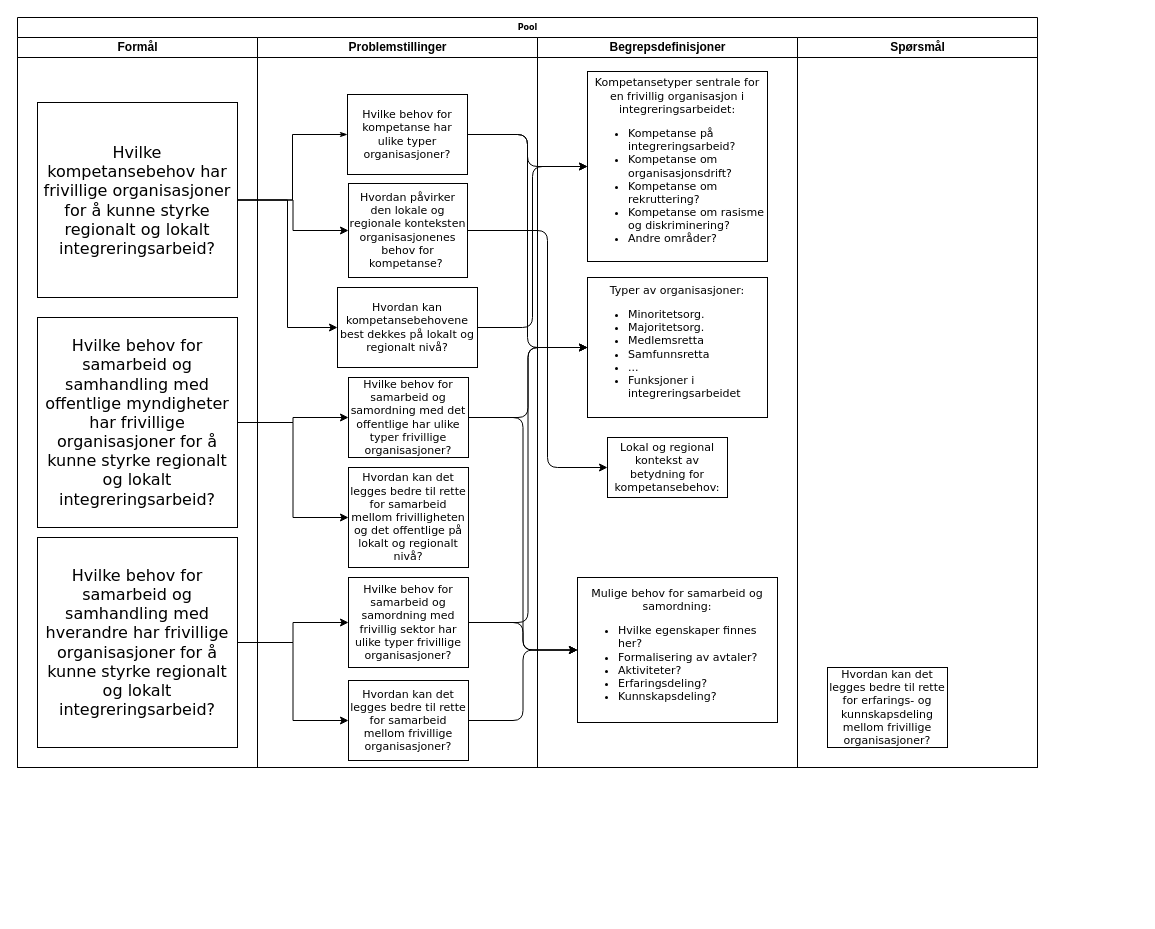
The draw.io diagram KOMPE_problemstillingstre.drawio in gardenberg/drawio_tegninger, before the edit. Source tidied: cells renumbered, new cells numbered last; positions are measured from the earlier drawing's top-left corner, leaving out a move shared by most shapes. Both pictures are drawn from the tidied source at 100%, with x=0, y=0 at pixel (17, 17).
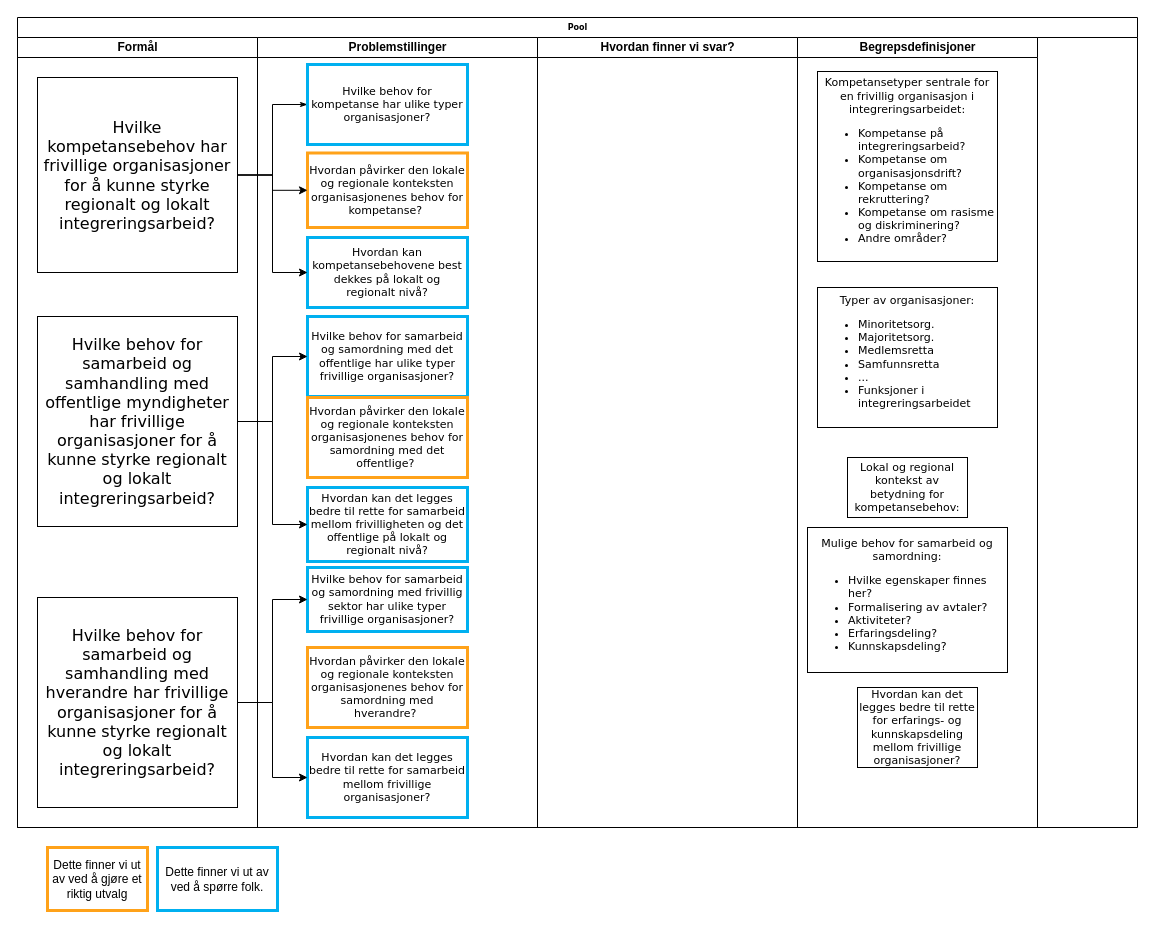
The same page after the edit.

What changed in the source:
```diff
@@
     <mxCell id="2" value="Pool" style="swimlane;html=1;startSize=20;rounded=0;shadow=0;labelBackgroundColor=none;strokeWidth=1;fontFamily=Verdana;fontSize=8;align=center;" parent="1" vertex="1">
-      <mxGeometry width="1020" height="750" as="geometry" />
+      <mxGeometry width="1120" height="810" as="geometry" />
     </mxCell>
     <mxCell id="3" value="Formål" style="swimlane;html=1;startSize=20;rounded=0;" parent="2" vertex="1">
-      <mxGeometry y="20" width="240" height="730" as="geometry" />
+      <mxGeometry y="20" width="240" height="790" as="geometry" />
     </mxCell>
     <mxCell id="4" value="Hvilke kompetansebehov har frivillige organisasjoner for å kunne styrke regionalt og lokalt integreringsarbeid?" style="rounded=0;whiteSpace=wrap;html=1;shadow=0;labelBackgroundColor=none;strokeWidth=1;fontFamily=Verdana;fontSize=16;align=center;" parent="3" vertex="1">
-      <mxGeometry x="20" y="65" width="200" height="195" as="geometry" />
+      <mxGeometry x="20" y="40" width="200" height="195" as="geometry" />
     </mxCell>
     <mxCell id="5" value="Hvilke behov for samarbeid og samhandling med offentlige myndigheter har frivillige organisasjoner for å kunne styrke regionalt og lokalt integreringsarbeid?" style="rounded=0;whiteSpace=wrap;html=1;shadow=0;labelBackgroundColor=none;strokeWidth=1;fontFamily=Verdana;fontSize=16;align=center;" parent="3" vertex="1">
-      <mxGeometry x="20" y="280" width="200" height="210" as="geometry" />
+      <mxGeometry x="20" y="279" width="200" height="210" as="geometry" />
     </mxCell>
     <mxCell id="6" value="Hvilke behov for samarbeid og samhandling med hverandre har frivillige organisasjoner for å kunne styrke regionalt og lokalt integreringsarbeid?" style="rounded=0;whiteSpace=wrap;html=1;shadow=0;labelBackgroundColor=none;strokeWidth=1;fontFamily=Verdana;fontSize=16;align=center;" parent="3" vertex="1">
-      <mxGeometry x="20" y="500" width="200" height="210" as="geometry" />
+      <mxGeometry x="20" y="560" width="200" height="210" as="geometry" />
     </mxCell>
@@
     <mxCell id="8" value="Problemstillinger" style="swimlane;html=1;startSize=20;rounded=0;" parent="2" vertex="1">
-      <mxGeometry x="240" y="20" width="280" height="730" as="geometry" />
+      <mxGeometry x="240" y="20" width="280" height="790" as="geometry" />
     </mxCell>
-    <mxCell id="9" value="Hvilke behov for kompetanse har ulike typer organisasjoner?" style="rounded=0;whiteSpace=wrap;html=1;shadow=0;labelBackgroundColor=none;strokeWidth=1;fontFamily=Verdana;fontSize=11;align=center;" parent="8" vertex="1">
-      <mxGeometry x="90" y="57" width="120" height="80" as="geometry" />
+    <mxCell id="9" value="Hvilke behov for kompetanse har ulike typer organisasjoner?" style="rounded=0;whiteSpace=wrap;html=1;shadow=0;labelBackgroundColor=none;strokeWidth=3;fontFamily=Verdana;fontSize=11;align=center;strokeColor=#00B0F0;" parent="8" vertex="1">
+      <mxGeometry x="50" y="27" width="160" height="80" as="geometry" />
     </mxCell>
-    <mxCell id="10" value="Hvordan påvirker den lokale og regionale konteksten organisasjonenes behov for kompetanse?&amp;nbsp;" style="rounded=0;whiteSpace=wrap;html=1;shadow=0;labelBackgroundColor=none;strokeWidth=1;fontFamily=Verdana;fontSize=11;align=center;" parent="8" vertex="1">
-      <mxGeometry x="91" y="146" width="119" height="94" as="geometry" />
+    <mxCell id="10" value="Hvordan påvirker den lokale og regionale konteksten organisasjonenes behov for kompetanse?&amp;nbsp;" style="rounded=0;whiteSpace=wrap;html=1;shadow=0;labelBackgroundColor=none;strokeWidth=3;fontFamily=Verdana;fontSize=11;align=center;strokeColor=#FFA219;" parent="8" vertex="1">
+      <mxGeometry x="50" y="115.5" width="160" height="74.5" as="geometry" />
     </mxCell>
-    <mxCell id="11" value="Hvordan kan kompetansebehovene best dekkes på lokalt og regionalt nivå?" style="rounded=0;whiteSpace=wrap;html=1;shadow=0;labelBackgroundColor=none;strokeWidth=1;fontFamily=Verdana;fontSize=11;align=center;" parent="8" vertex="1">
-      <mxGeometry x="80" y="250" width="140" height="80" as="geometry" />
+    <mxCell id="11" value="Hvordan kan kompetansebehovene best dekkes på lokalt og regionalt nivå?" style="rounded=0;whiteSpace=wrap;html=1;shadow=0;labelBackgroundColor=none;strokeWidth=3;fontFamily=Verdana;fontSize=11;align=center;strokeColor=#00B0F0;" parent="8" vertex="1">
+      <mxGeometry x="50" y="200" width="160" height="70" as="geometry" />
     </mxCell>
-    <mxCell id="12" value="Hvilke behov for samarbeid og samordning med det offentlige har ulike typer frivillige organisasjoner?" style="rounded=0;whiteSpace=wrap;html=1;shadow=0;labelBackgroundColor=none;strokeWidth=1;fontFamily=Verdana;fontSize=11;align=center;" parent="8" vertex="1">
-      <mxGeometry x="91" y="340" width="120" height="80" as="geometry" />
+    <mxCell id="12" value="Hvilke behov for samarbeid og samordning med det offentlige har ulike typer frivillige organisasjoner?" style="rounded=0;whiteSpace=wrap;html=1;shadow=0;labelBackgroundColor=none;strokeWidth=3;fontFamily=Verdana;fontSize=11;align=center;strokeColor=#00B0F0;" parent="8" vertex="1">
+      <mxGeometry x="50" y="279" width="160" height="80" as="geometry" />
     </mxCell>
-    <mxCell id="13" value="Hvordan kan det legges bedre til rette for samarbeid mellom frivilligheten og det offentlige på lokalt og regionalt nivå?" style="rounded=0;whiteSpace=wrap;html=1;shadow=0;labelBackgroundColor=none;strokeWidth=1;fontFamily=Verdana;fontSize=11;align=center;" parent="8" vertex="1">
-      <mxGeometry x="91" y="430" width="120" height="100" as="geometry" />
+    <mxCell id="13" value="Hvordan kan det legges bedre til rette for samarbeid mellom frivilligheten og det offentlige på lokalt og regionalt nivå?" style="rounded=0;whiteSpace=wrap;html=1;shadow=0;labelBackgroundColor=none;strokeWidth=3;fontFamily=Verdana;fontSize=11;align=center;strokeColor=#00B0F0;" parent="8" vertex="1">
+      <mxGeometry x="50" y="450" width="160" height="74" as="geometry" />
     </mxCell>
-    <mxCell id="14" value="Hvordan kan det legges bedre til rette for samarbeid mellom frivillige organisasjoner?" style="rounded=0;whiteSpace=wrap;html=1;shadow=0;labelBackgroundColor=none;strokeWidth=1;fontFamily=Verdana;fontSize=11;align=center;" parent="8" vertex="1">
-      <mxGeometry x="91" y="643" width="120" height="80" as="geometry" />
+    <mxCell id="14" value="Hvordan kan det legges bedre til rette for samarbeid mellom frivillige organisasjoner?" style="rounded=0;whiteSpace=wrap;html=1;shadow=0;labelBackgroundColor=none;strokeWidth=3;fontFamily=Verdana;fontSize=11;align=center;strokeColor=#00B0F0;" parent="8" vertex="1">
+      <mxGeometry x="50" y="700" width="160" height="80" as="geometry" />
     </mxCell>
-    <mxCell id="15" value="Hvilke behov for samarbeid og samordning med frivillig sektor har ulike typer frivillige organisasjoner?" style="rounded=0;whiteSpace=wrap;html=1;shadow=0;labelBackgroundColor=none;strokeWidth=1;fontFamily=Verdana;fontSize=11;align=center;" parent="8" vertex="1">
-      <mxGeometry x="91" y="540" width="120" height="90" as="geometry" />
+    <mxCell id="15" value="Hvilke behov for samarbeid og samordning med frivillig sektor har ulike typer frivillige organisasjoner?" style="rounded=0;whiteSpace=wrap;html=1;shadow=0;labelBackgroundColor=none;strokeWidth=3;fontFamily=Verdana;fontSize=11;align=center;strokeColor=#00B0F0;" parent="8" vertex="1">
+      <mxGeometry x="50" y="530" width="160" height="64" as="geometry" />
     </mxCell>
+    <mxCell id="38" value="Hvordan påvirker den lokale og regionale konteksten organisasjonenes behov for samordning med det offentlige?&amp;nbsp;" style="rounded=0;whiteSpace=wrap;html=1;shadow=0;labelBackgroundColor=none;strokeWidth=3;fontFamily=Verdana;fontSize=11;align=center;strokeColor=#FFA219;" parent="8" vertex="1">
+      <mxGeometry x="50" y="360" width="160" height="80" as="geometry" />
+    </mxCell>
+    <mxCell id="39" value="Hvordan påvirker den lokale og regionale konteksten organisasjonenes behov for samordning med hverandre?&amp;nbsp;" style="rounded=0;whiteSpace=wrap;html=1;shadow=0;labelBackgroundColor=none;strokeWidth=3;fontFamily=Verdana;fontSize=11;align=center;strokeColor=#FFA219;" parent="8" vertex="1">
+      <mxGeometry x="50" y="610" width="160" height="80" as="geometry" />
+    </mxCell>
-    <mxCell id="16" value="Begrepsdefinisjoner" style="swimlane;html=1;startSize=20;rounded=0;" parent="2" vertex="1">
-      <mxGeometry x="520" y="20" width="260" height="730" as="geometry" />
+    <mxCell id="16" value="Hvordan finner vi svar?" style="swimlane;html=1;startSize=20;rounded=0;" parent="2" vertex="1">
+      <mxGeometry x="520" y="20" width="260" height="790" as="geometry" />
     </mxCell>
+    <mxCell id="21" value="Begrepsdefinisjoner" style="swimlane;html=1;startSize=20;rounded=0;" parent="2" vertex="1">
+      <mxGeometry x="780" y="20" width="240" height="790" as="geometry" />
+    </mxCell>
+    <mxCell id="22" value="Hvordan kan det legges bedre til rette for erfarings- og kunnskapsdeling mellom frivillige organisasjoner?" style="rounded=0;whiteSpace=wrap;html=1;shadow=0;labelBackgroundColor=none;strokeWidth=1;fontFamily=Verdana;fontSize=11;align=center;" parent="21" vertex="1">
+      <mxGeometry x="60" y="650" width="120" height="80" as="geometry" />
+    </mxCell>
-    <mxCell id="17" value="Kompetansetyper sentrale for en frivillig organisasjon i integreringsarbeidet:&lt;br&gt;&lt;div&gt;&lt;ul&gt;&lt;li style=&quot;text-align: left&quot;&gt;Kompetanse på integreringsarbeid?&lt;/li&gt;&lt;li style=&quot;text-align: left&quot;&gt;Kompetanse om organisasjonsdrift?&lt;/li&gt;&lt;li style=&quot;text-align: left&quot;&gt;Kompetanse om rekruttering?&lt;/li&gt;&lt;li style=&quot;text-align: left&quot;&gt;Kompetanse om rasisme og diskriminering?&lt;/li&gt;&lt;li style=&quot;text-align: left&quot;&gt;Andre områder?&lt;/li&gt;&lt;/ul&gt;&lt;/div&gt;" style="rounded=0;whiteSpace=wrap;html=1;shadow=0;labelBackgroundColor=none;strokeWidth=1;fontFamily=Verdana;fontSize=11;align=center;" parent="16" vertex="1">
-      <mxGeometry x="50" y="34" width="180" height="190" as="geometry" />
+    <mxCell id="17" value="Kompetansetyper sentrale for en frivillig organisasjon i integreringsarbeidet:&lt;br&gt;&lt;div&gt;&lt;ul&gt;&lt;li style=&quot;text-align: left&quot;&gt;Kompetanse på integreringsarbeid?&lt;/li&gt;&lt;li style=&quot;text-align: left&quot;&gt;Kompetanse om organisasjonsdrift?&lt;/li&gt;&lt;li style=&quot;text-align: left&quot;&gt;Kompetanse om rekruttering?&lt;/li&gt;&lt;li style=&quot;text-align: left&quot;&gt;Kompetanse om rasisme og diskriminering?&lt;/li&gt;&lt;li style=&quot;text-align: left&quot;&gt;Andre områder?&lt;/li&gt;&lt;/ul&gt;&lt;/div&gt;" style="rounded=0;whiteSpace=wrap;html=1;shadow=0;labelBackgroundColor=none;strokeWidth=1;fontFamily=Verdana;fontSize=11;align=center;" parent="21" vertex="1">
+      <mxGeometry x="20" y="34" width="180" height="190" as="geometry" />
     </mxCell>
-    <mxCell id="18" value="Typer av organisasjoner:&lt;br&gt;&lt;ul&gt;&lt;li style=&quot;text-align: left&quot;&gt;Minoritetsorg.&lt;/li&gt;&lt;li style=&quot;text-align: left&quot;&gt;Majoritetsorg.&lt;/li&gt;&lt;li style=&quot;text-align: left&quot;&gt;Medlemsretta&lt;/li&gt;&lt;li style=&quot;text-align: left&quot;&gt;Samfunnsretta&lt;/li&gt;&lt;li style=&quot;text-align: left&quot;&gt;...&lt;/li&gt;&lt;li style=&quot;text-align: left&quot;&gt;Funksjoner i integreringsarbeidet&lt;/li&gt;&lt;/ul&gt;" style="rounded=0;whiteSpace=wrap;html=1;shadow=0;labelBackgroundColor=none;strokeWidth=1;fontFamily=Verdana;fontSize=11;align=center;" parent="16" vertex="1">
-      <mxGeometry x="50" y="240" width="180" height="140" as="geometry" />
+    <mxCell id="18" value="Typer av organisasjoner:&lt;br&gt;&lt;ul&gt;&lt;li style=&quot;text-align: left&quot;&gt;Minoritetsorg.&lt;/li&gt;&lt;li style=&quot;text-align: left&quot;&gt;Majoritetsorg.&lt;/li&gt;&lt;li style=&quot;text-align: left&quot;&gt;Medlemsretta&lt;/li&gt;&lt;li style=&quot;text-align: left&quot;&gt;Samfunnsretta&lt;/li&gt;&lt;li style=&quot;text-align: left&quot;&gt;...&lt;/li&gt;&lt;li style=&quot;text-align: left&quot;&gt;Funksjoner i integreringsarbeidet&lt;/li&gt;&lt;/ul&gt;" style="rounded=0;whiteSpace=wrap;html=1;shadow=0;labelBackgroundColor=none;strokeWidth=1;fontFamily=Verdana;fontSize=11;align=center;" parent="21" vertex="1">
+      <mxGeometry x="20" y="250" width="180" height="140" as="geometry" />
     </mxCell>
+    <mxCell id="20" value="Lokal og regional kontekst av betydning for kompetansebehov:" style="whiteSpace=wrap;html=1;fontSize=11;fontFamily=Verdana;rounded=0;shadow=0;labelBackgroundColor=none;strokeWidth=1;" parent="21" vertex="1">
+      <mxGeometry x="50" y="420" width="120" height="60" as="geometry" />
+    </mxCell>
-    <mxCell id="19" value="Mulige behov for samarbeid og samordning:&lt;br&gt;&lt;ul&gt;&lt;li style=&quot;text-align: left&quot;&gt;Hvilke egenskaper finnes her?&lt;/li&gt;&lt;li style=&quot;text-align: left&quot;&gt;Formalisering av avtaler?&lt;/li&gt;&lt;li style=&quot;text-align: left&quot;&gt;Aktiviteter?&lt;/li&gt;&lt;li style=&quot;text-align: left&quot;&gt;Erfaringsdeling?&lt;/li&gt;&lt;li style=&quot;text-align: left&quot;&gt;Kunnskapsdeling?&lt;/li&gt;&lt;/ul&gt;" style="whiteSpace=wrap;html=1;fontSize=11;fontFamily=Verdana;rounded=0;shadow=0;labelBackgroundColor=none;strokeWidth=1;" parent="16" vertex="1">
-      <mxGeometry x="40" y="540" width="200" height="145" as="geometry" />
+    <mxCell id="19" value="Mulige behov for samarbeid og samordning:&lt;br&gt;&lt;ul&gt;&lt;li style=&quot;text-align: left&quot;&gt;Hvilke egenskaper finnes her?&lt;/li&gt;&lt;li style=&quot;text-align: left&quot;&gt;Formalisering av avtaler?&lt;/li&gt;&lt;li style=&quot;text-align: left&quot;&gt;Aktiviteter?&lt;/li&gt;&lt;li style=&quot;text-align: left&quot;&gt;Erfaringsdeling?&lt;/li&gt;&lt;li style=&quot;text-align: left&quot;&gt;Kunnskapsdeling?&lt;/li&gt;&lt;/ul&gt;" style="whiteSpace=wrap;html=1;fontSize=11;fontFamily=Verdana;rounded=0;shadow=0;labelBackgroundColor=none;strokeWidth=1;" parent="21" vertex="1">
+      <mxGeometry x="10" y="490" width="200" height="145" as="geometry" />
     </mxCell>
-    <mxCell id="20" value="Lokal og regional kontekst av betydning for kompetansebehov:" style="whiteSpace=wrap;html=1;fontSize=11;fontFamily=Verdana;rounded=0;shadow=0;labelBackgroundColor=none;strokeWidth=1;" parent="16" vertex="1">
-      <mxGeometry x="70" y="400" width="120" height="60" as="geometry" />
-    </mxCell>
-    <mxCell id="21" value="Spørsmål" style="swimlane;html=1;startSize=20;rounded=0;" parent="2" vertex="1">
-      <mxGeometry x="780" y="20" width="240" height="730" as="geometry" />
-    </mxCell>
-    <mxCell id="22" value="Hvordan kan det legges bedre til rette for erfarings- og kunnskapsdeling mellom frivillige organisasjoner?" style="rounded=0;whiteSpace=wrap;html=1;shadow=0;labelBackgroundColor=none;strokeWidth=1;fontFamily=Verdana;fontSize=11;align=center;" parent="21" vertex="1">
-      <mxGeometry x="30" y="630" width="120" height="80" as="geometry" />
-    </mxCell>
@@
-    <mxCell id="29" style="edgeStyle=orthogonalEdgeStyle;jettySize=auto;html=1;fontSize=11;" parent="2" edge="1" source="9" target="17">
-      <mxGeometry relative="1" as="geometry" />
-    </mxCell>
-    <mxCell id="30" style="edgeStyle=orthogonalEdgeStyle;jettySize=auto;html=1;entryX=0;entryY=0.5;entryDx=0;entryDy=0;fontSize=11;" parent="2" edge="1" source="9" target="18">
-      <mxGeometry relative="1" as="geometry" />
-    </mxCell>
-    <mxCell id="31" style="edgeStyle=orthogonalEdgeStyle;jettySize=auto;html=1;entryX=0;entryY=0.5;entryDx=0;entryDy=0;fontSize=11;" parent="2" edge="1" source="11" target="17">
-      <mxGeometry relative="1" as="geometry" />
-    </mxCell>
-    <mxCell id="32" style="edgeStyle=orthogonalEdgeStyle;jettySize=auto;html=1;entryX=0;entryY=0.5;entryDx=0;entryDy=0;fontSize=11;" parent="2" edge="1" source="12" target="18">
-      <mxGeometry relative="1" as="geometry" />
-    </mxCell>
-    <mxCell id="33" style="edgeStyle=orthogonalEdgeStyle;jettySize=auto;html=1;fontSize=11;entryX=0;entryY=0.5;entryDx=0;entryDy=0;" parent="2" edge="1" source="15" target="19">
-      <mxGeometry relative="1" as="geometry" />
-    </mxCell>
-    <mxCell id="34" style="edgeStyle=orthogonalEdgeStyle;jettySize=auto;html=1;fontSize=11;entryX=0;entryY=0.5;entryDx=0;entryDy=0;" parent="2" edge="1" source="15" target="18">
-      <mxGeometry relative="1" as="geometry" />
-    </mxCell>
-    <mxCell id="35" style="edgeStyle=orthogonalEdgeStyle;jettySize=auto;html=1;entryX=0;entryY=0.5;entryDx=0;entryDy=0;fontSize=11;" parent="2" edge="1" source="12" target="19">
-      <mxGeometry relative="1" as="geometry" />
-    </mxCell>
-    <mxCell id="36" style="edgeStyle=orthogonalEdgeStyle;jettySize=auto;html=1;entryX=0;entryY=0.5;entryDx=0;entryDy=0;fontSize=11;" parent="2" edge="1" source="14" target="19">
-      <mxGeometry relative="1" as="geometry" />
-    </mxCell>
-    <mxCell id="37" style="edgeStyle=orthogonalEdgeStyle;jettySize=auto;html=1;fontSize=11;entryX=0;entryY=0.5;entryDx=0;entryDy=0;" parent="2" edge="1" source="10" target="20">
-      <mxGeometry relative="1" as="geometry">
-        <Array as="points">
-          <mxPoint x="530" y="213" />
-          <mxPoint x="530" y="450" />
-        </Array>
-      </mxGeometry>
-    </mxCell>
+    <mxCell id="40" value="Dette finner vi ut av ved å gjøre et riktig utvalg" style="rounded=0;whiteSpace=wrap;html=1;strokeColor=#FFA219;strokeWidth=3;" parent="1" vertex="1">
+      <mxGeometry x="30" y="830" width="100" height="63" as="geometry" />
+    </mxCell>
+    <mxCell id="41" value="Dette finner vi ut av ved å spørre folk." style="rounded=0;whiteSpace=wrap;html=1;strokeColor=#00B0F0;strokeWidth=3;" parent="1" vertex="1">
+      <mxGeometry x="140" y="830" width="120" height="63" as="geometry" />
+    </mxCell>
```
